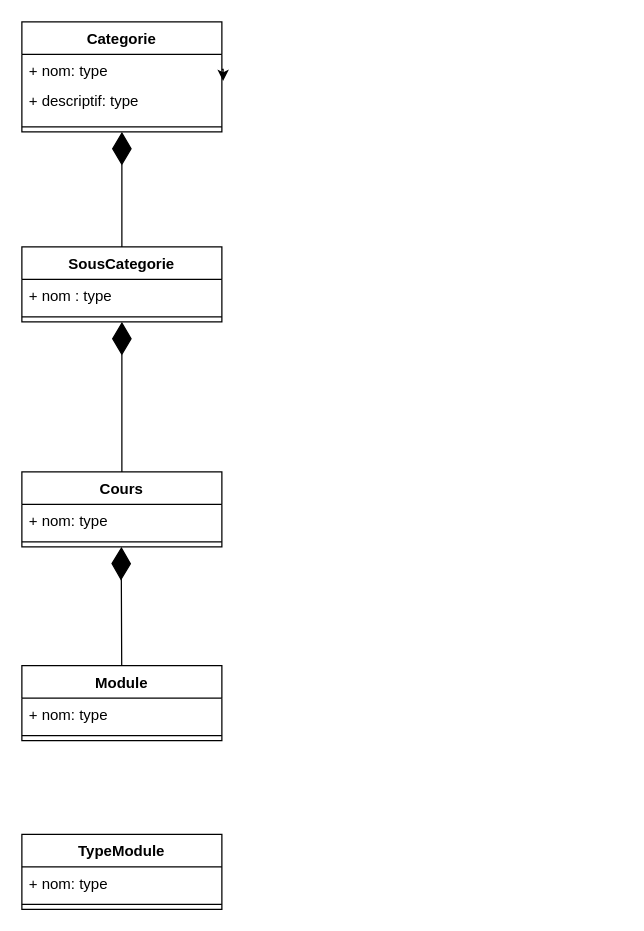
The draw.io diagram MasKaret.drawio in jean-seb-2106/pythontest, before the edit. Source tidied: cells renumbered, new cells numbered last; positions are measured from the earlier drawing's top-left corner, leaving out a move shared by most shapes. Both pictures are drawn from the tidied source at 125%, with x=0, y=0 at pixel (21, 21).
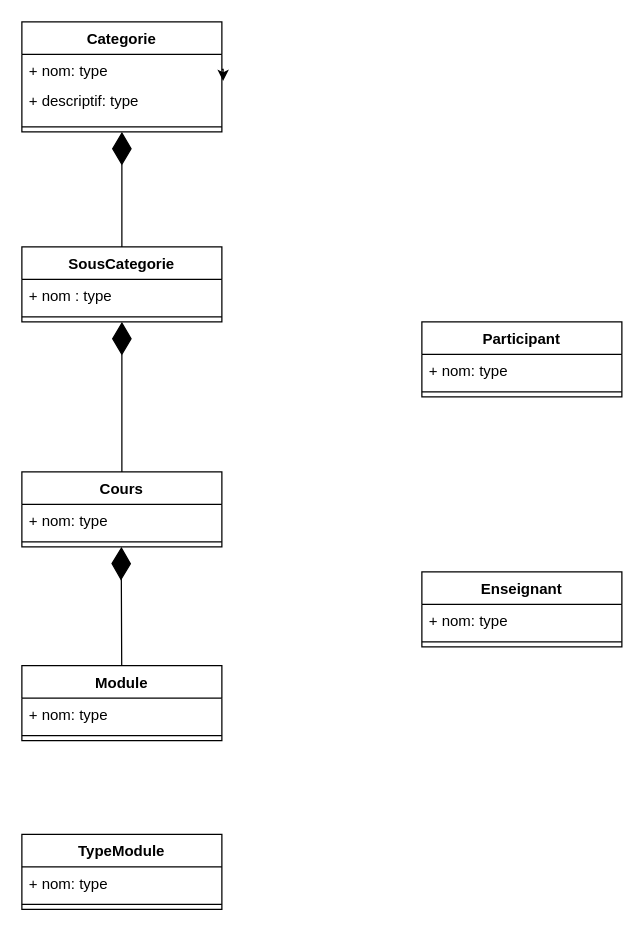
After the change.

Commit message (it also covers changes not shown here):
Mettre à jour MasKaret.drawio

What changed in the source:
```diff
@@
+    <mxCell id="22" value="Enseignant" style="swimlane;fontStyle=1;align=center;verticalAlign=top;horizontal=1;startSize=26;whiteSpace=wrap;html=1;" parent="1" vertex="1">
+      <mxGeometry x="320" y="440" width="160" height="60" as="geometry" />
+    </mxCell>
+    <mxCell id="23" value="+ nom: type" style="text;strokeColor=none;fillColor=none;align=left;verticalAlign=top;spacingLeft=4;spacingRight=4;overflow=hidden;whiteSpace=wrap;html=1;" parent="22" vertex="1">
+      <mxGeometry y="26" width="160" height="26" as="geometry" />
+    </mxCell>
+    <mxCell id="24" style="line;strokeWidth=1;fillColor=none;align=left;verticalAlign=middle;spacingTop=-1;spacingLeft=3;spacingRight=3;labelPosition=right;strokeColor=inherit;" parent="22" vertex="1">
+      <mxGeometry y="52" width="160" height="8" as="geometry" />
+    </mxCell>
+    <mxCell id="25" value="Participant" style="swimlane;fontStyle=1;align=center;verticalAlign=top;horizontal=1;startSize=26;whiteSpace=wrap;html=1;" parent="1" vertex="1">
+      <mxGeometry x="320" y="240" width="160" height="60" as="geometry" />
+    </mxCell>
+    <mxCell id="26" value="+ nom: type" style="text;strokeColor=none;fillColor=none;align=left;verticalAlign=top;spacingLeft=4;spacingRight=4;overflow=hidden;whiteSpace=wrap;html=1;" parent="25" vertex="1">
+      <mxGeometry y="26" width="160" height="26" as="geometry" />
+    </mxCell>
+    <mxCell id="27" style="line;strokeWidth=1;fillColor=none;align=left;verticalAlign=middle;spacingTop=-1;spacingLeft=3;spacingRight=3;labelPosition=right;strokeColor=inherit;" parent="25" vertex="1">
+      <mxGeometry y="52" width="160" height="8" as="geometry" />
+    </mxCell>
```
